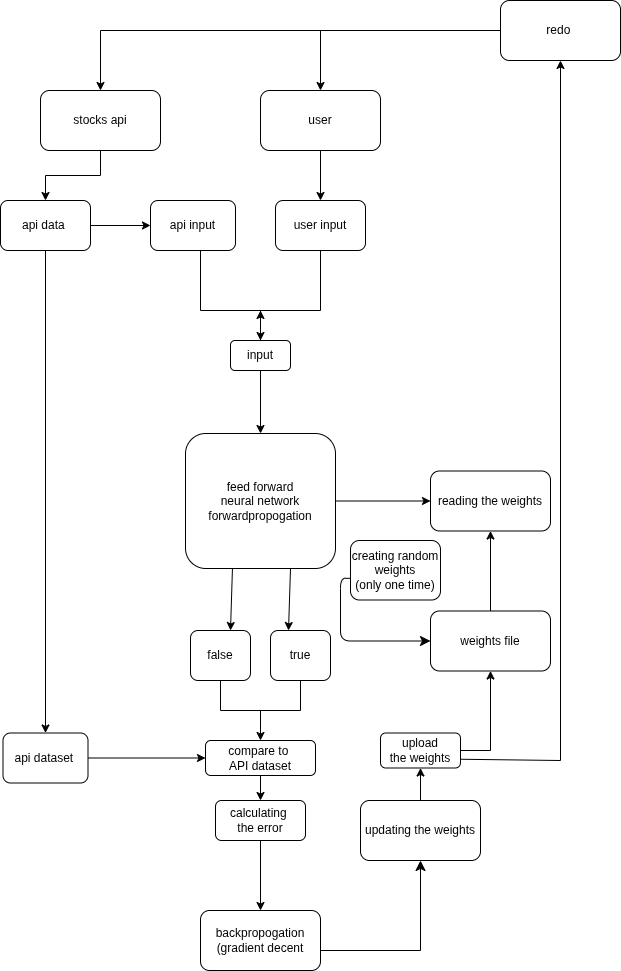
Before: docs/General Simplified Architecture.drawio.png, a diagram exported from draw.io (omershamir772/-stockPredictionML). Source tidied: cells renumbered, new cells last; positions are measured from the earlier drawing's top-left corner, leaving out a move shared by most shapes. Source of this version:
```xml
<mxGraphModel>
  <root>
    <mxCell id="0" />
    <mxCell id="1" parent="0" />
    <mxCell id="2" style="edgeStyle=orthogonalEdgeStyle;rounded=0;jettySize=auto;html=1;flowAnimation=0;" parent="1" edge="1" source="3" target="9">
      <mxGeometry relative="1" as="geometry" />
    </mxCell>
    <mxCell id="3" value="&lt;font&gt;stocks api&lt;/font&gt;" style="rounded=1;whiteSpace=wrap;html=1;" parent="1" vertex="1">
      <mxGeometry x="40" y="90" width="120" height="60" as="geometry" />
    </mxCell>
    <mxCell id="4" value="&lt;font&gt;user&lt;/font&gt;" style="rounded=1;whiteSpace=wrap;html=1;" parent="1" vertex="1">
      <mxGeometry x="260" y="90" width="120" height="60" as="geometry" />
    </mxCell>
    <mxCell id="5" style="endArrow=classic;html=1;rounded=0;exitX=0.5;exitY=1;exitDx=0;exitDy=0;flowAnimation=0;" parent="1" edge="1" source="4">
      <mxGeometry relative="1" as="geometry">
        <mxPoint x="320" y="200" as="targetPoint" />
      </mxGeometry>
    </mxCell>
    <mxCell id="6" value="user input" style="rounded=1;whiteSpace=wrap;html=1;" parent="1" vertex="1">
      <mxGeometry x="275" y="200" width="90" height="50" as="geometry" />
    </mxCell>
    <mxCell id="7" style="edgeStyle=orthogonalEdgeStyle;rounded=0;jettySize=auto;html=1;" parent="1" edge="1" source="9" target="10">
      <mxGeometry relative="1" as="geometry" />
    </mxCell>
    <mxCell id="8" style="edgeStyle=orthogonalEdgeStyle;rounded=0;jettySize=auto;html=1;" parent="1" edge="1" source="9" target="12">
      <mxGeometry relative="1" as="geometry" />
    </mxCell>
    <mxCell id="9" value="&lt;font&gt;api data&amp;nbsp;&lt;/font&gt;" style="rounded=1;whiteSpace=wrap;html=1;" parent="1" vertex="1">
      <mxGeometry y="200" width="90" height="50" as="geometry" />
    </mxCell>
    <mxCell id="10" value="api input" style="whiteSpace=wrap;html=1;rounded=1;" parent="1" vertex="1">
      <mxGeometry x="150" y="200" width="85" height="50" as="geometry" />
    </mxCell>
    <mxCell id="11" style="edgeStyle=orthogonalEdgeStyle;rounded=0;jettySize=auto;html=1;" parent="1" edge="1" source="12" target="29">
      <mxGeometry relative="1" as="geometry" />
    </mxCell>
    <mxCell id="12" value="api dataset&amp;nbsp;" style="whiteSpace=wrap;html=1;rounded=1;" parent="1" vertex="1">
      <mxGeometry x="2.5" y="732.5" width="85" height="50" as="geometry" />
    </mxCell>
    <mxCell id="13" style="edgeStyle=orthogonalEdgeStyle;rounded=0;jettySize=auto;html=1;" parent="1" edge="1" source="14" target="17">
      <mxGeometry relative="1" as="geometry" />
    </mxCell>
    <mxCell id="14" style="shape=partialRectangle;whiteSpace=wrap;html=1;bottom=1;right=1;left=1;top=0;fillColor=none;routingCenterX=-0.5;" parent="1" vertex="1">
      <mxGeometry x="200" y="250" width="120" height="60" as="geometry" />
    </mxCell>
    <mxCell id="15" style="edgeStyle=orthogonalEdgeStyle;rounded=0;jettySize=auto;html=1;" parent="1" edge="1" source="17" target="19">
      <mxGeometry relative="1" as="geometry" />
    </mxCell>
    <mxCell id="16" style="edgeStyle=orthogonalEdgeStyle;rounded=0;jettySize=auto;html=1;" parent="1" edge="1" source="17" target="14">
      <mxGeometry relative="1" as="geometry" />
    </mxCell>
    <mxCell id="17" value="input" style="rounded=1;whiteSpace=wrap;html=1;fillColor=none;" parent="1" vertex="1">
      <mxGeometry x="230" y="340" width="60" height="30" as="geometry" />
    </mxCell>
    <mxCell id="18" style="edgeStyle=orthogonalEdgeStyle;rounded=0;jettySize=auto;html=1;" parent="1" edge="1" source="19" target="33">
      <mxGeometry relative="1" as="geometry" />
    </mxCell>
    <mxCell id="19" value="&lt;div&gt;feed forward&lt;/div&gt;neural network&lt;div&gt;forwardpropogation&lt;/div&gt;" style="whiteSpace=wrap;html=1;fillColor=none;rounded=1;fontSize=12;" parent="1" vertex="1">
      <mxGeometry x="185" y="433" width="150" height="135" as="geometry" />
    </mxCell>
    <mxCell id="20" style="endArrow=classic;html=1;rounded=0;exitX=0.313;exitY=1;exitDx=0;exitDy=0;exitPerimeter=0;" parent="1" edge="1" source="19">
      <mxGeometry relative="1" as="geometry">
        <mxPoint x="230" y="630" as="targetPoint" />
      </mxGeometry>
    </mxCell>
    <mxCell id="21" style="endArrow=classic;html=1;rounded=0;exitX=0.313;exitY=1;exitDx=0;exitDy=0;exitPerimeter=0;" parent="1" edge="1">
      <mxGeometry relative="1" as="geometry">
        <mxPoint x="290" y="568" as="sourcePoint" />
        <mxPoint x="288" y="630" as="targetPoint" />
      </mxGeometry>
    </mxCell>
    <mxCell id="22" value="false" style="rounded=1;whiteSpace=wrap;html=1;" parent="1" vertex="1">
      <mxGeometry x="190" y="630" width="60" height="50" as="geometry" />
    </mxCell>
    <mxCell id="23" value="true" style="rounded=1;whiteSpace=wrap;html=1;" parent="1" vertex="1">
      <mxGeometry x="270" y="630" width="60" height="50" as="geometry" />
    </mxCell>
    <mxCell id="24" style="edgeStyle=orthogonalEdgeStyle;rounded=0;jettySize=auto;html=1;" parent="1" edge="1" source="25" target="29">
      <mxGeometry relative="1" as="geometry" />
    </mxCell>
    <mxCell id="25" style="shape=partialRectangle;whiteSpace=wrap;html=1;bottom=1;right=1;left=1;top=0;fillColor=none;routingCenterX=-0.5;" parent="1" vertex="1">
      <mxGeometry x="220" y="680" width="80" height="30" as="geometry" />
    </mxCell>
    <mxCell id="26" style="edgeStyle=orthogonalEdgeStyle;rounded=0;orthogonalLoop=1;jettySize=auto;html=1;exitX=0.5;exitY=1;exitDx=0;exitDy=0;" parent="1" edge="1" source="14" target="14">
      <mxGeometry relative="1" as="geometry" />
    </mxCell>
    <mxCell id="27" style="edgeStyle=orthogonalEdgeStyle;rounded=0;orthogonalLoop=1;jettySize=auto;html=1;exitX=0.5;exitY=1;exitDx=0;exitDy=0;" parent="1" edge="1" source="14" target="14">
      <mxGeometry relative="1" as="geometry" />
    </mxCell>
    <mxCell id="28" style="edgeStyle=orthogonalEdgeStyle;rounded=0;jettySize=auto;html=1;" parent="1" edge="1" source="29" target="31">
      <mxGeometry relative="1" as="geometry" />
    </mxCell>
    <mxCell id="29" value="compare to&amp;nbsp;&lt;div&gt;API dataset&lt;/div&gt;" style="rounded=1;whiteSpace=wrap;html=1;fillColor=none;" parent="1" vertex="1">
      <mxGeometry x="205" y="740" width="110" height="35" as="geometry" />
    </mxCell>
    <mxCell id="30" style="edgeStyle=orthogonalEdgeStyle;rounded=0;jettySize=auto;html=1;" parent="1" edge="1" source="31" target="32">
      <mxGeometry relative="1" as="geometry" />
    </mxCell>
    <mxCell id="31" value="calculating&amp;nbsp;&lt;div&gt;the error&lt;/div&gt;" style="rounded=1;whiteSpace=wrap;html=1;fillColor=none;" parent="1" vertex="1">
      <mxGeometry x="215" y="800" width="90" height="40" as="geometry" />
    </mxCell>
    <mxCell id="32" value="backpropogation&lt;div&gt;(gradient decent&lt;/div&gt;" style="whiteSpace=wrap;html=1;fillColor=none;rounded=1;" parent="1" vertex="1">
      <mxGeometry x="200" y="910" width="120" height="60" as="geometry" />
    </mxCell>
    <mxCell id="33" value="reading the weights" style="whiteSpace=wrap;html=1;fillColor=none;rounded=1;" parent="1" vertex="1">
      <mxGeometry x="430" y="470.5" width="120" height="60" as="geometry" />
    </mxCell>
    <mxCell id="34" value="weights file" style="whiteSpace=wrap;html=1;fillColor=none;rounded=1;" parent="1" vertex="1">
      <mxGeometry x="430" y="610.5" width="120" height="60" as="geometry" />
    </mxCell>
    <mxCell id="35" style="endArrow=classic;html=1;rounded=0;entryX=0.5;entryY=1;entryDx=0;entryDy=0;" parent="1" edge="1" source="34" target="33">
      <mxGeometry relative="1" as="geometry" />
    </mxCell>
    <mxCell id="36" value="creating random weights&lt;div&gt;(only one time)&lt;/div&gt;" style="rounded=1;whiteSpace=wrap;html=1;" parent="1" vertex="1">
      <mxGeometry x="350" y="540" width="90" height="59.5" as="geometry" />
    </mxCell>
    <mxCell id="37" style="edgeStyle=segmentEdgeStyle;endArrow=classic;html=1;curved=0;rounded=1;endSize=8;startSize=8;exitX=1.022;exitY=0.636;exitDx=0;exitDy=0;exitPerimeter=0;entryX=0;entryY=0.5;entryDx=0;entryDy=0;" parent="1" edge="1" target="34">
      <mxGeometry relative="1" as="geometry">
        <mxPoint x="350" y="577.8" as="sourcePoint" />
        <Array as="points">
          <mxPoint x="340" y="578" />
          <mxPoint x="340" y="641" />
        </Array>
      </mxGeometry>
    </mxCell>
    <mxCell id="38" style="edgeStyle=segmentEdgeStyle;endArrow=classic;html=1;curved=0;rounded=0;endSize=8;startSize=8;" parent="1" edge="1" target="40">
      <mxGeometry relative="1" as="geometry">
        <mxPoint x="320" y="950" as="sourcePoint" />
      </mxGeometry>
    </mxCell>
    <mxCell id="39" style="edgeStyle=orthogonalEdgeStyle;rounded=0;jettySize=auto;html=1;" parent="1" edge="1" source="40" target="42">
      <mxGeometry relative="1" as="geometry" />
    </mxCell>
    <mxCell id="40" value="updating the weights" style="rounded=1;whiteSpace=wrap;html=1;" parent="1" vertex="1">
      <mxGeometry x="360" y="800" width="120" height="60" as="geometry" />
    </mxCell>
    <mxCell id="41" style="edgeStyle=orthogonalEdgeStyle;rounded=0;jettySize=auto;html=1;exitX=1;exitY=0.5;exitDx=0;exitDy=0;entryX=0.5;entryY=1;entryDx=0;entryDy=0;" parent="1" edge="1" source="42" target="34">
      <mxGeometry relative="1" as="geometry" />
    </mxCell>
    <mxCell id="42" value="upload&lt;div&gt;the weights&lt;/div&gt;" style="whiteSpace=wrap;html=1;rounded=1;" parent="1" vertex="1">
      <mxGeometry x="380" y="732.5" width="80" height="35" as="geometry" />
    </mxCell>
    <mxCell id="43" style="endArrow=classic;html=1;rounded=0;exitX=1;exitY=0.75;exitDx=0;exitDy=0;entryX=0.5;entryY=1;entryDx=0;entryDy=0;" parent="1" edge="1" source="42" target="44">
      <mxGeometry relative="1" as="geometry">
        <Array as="points">
          <mxPoint x="560" y="760" />
        </Array>
      </mxGeometry>
    </mxCell>
    <mxCell id="44" value="redo&amp;nbsp;" style="rounded=1;whiteSpace=wrap;html=1;" parent="1" vertex="1">
      <mxGeometry x="500" width="120" height="60" as="geometry" />
    </mxCell>
    <mxCell id="45" style="endArrow=classic;html=1;rounded=0;exitX=0;exitY=0.5;exitDx=0;exitDy=0;entryX=0.5;entryY=0;entryDx=0;entryDy=0;" parent="1" edge="1" source="44" target="3">
      <mxGeometry relative="1" as="geometry">
        <Array as="points">
          <mxPoint x="100" y="30" />
        </Array>
      </mxGeometry>
    </mxCell>
    <mxCell id="46" style="endArrow=classic;html=1;rounded=0;entryX=0.5;entryY=0;entryDx=0;entryDy=0;" parent="1" edge="1" target="4">
      <mxGeometry relative="1" as="geometry">
        <mxPoint x="320" y="30" as="sourcePoint" />
      </mxGeometry>
    </mxCell>
  </root>
</mxGraphModel>
```
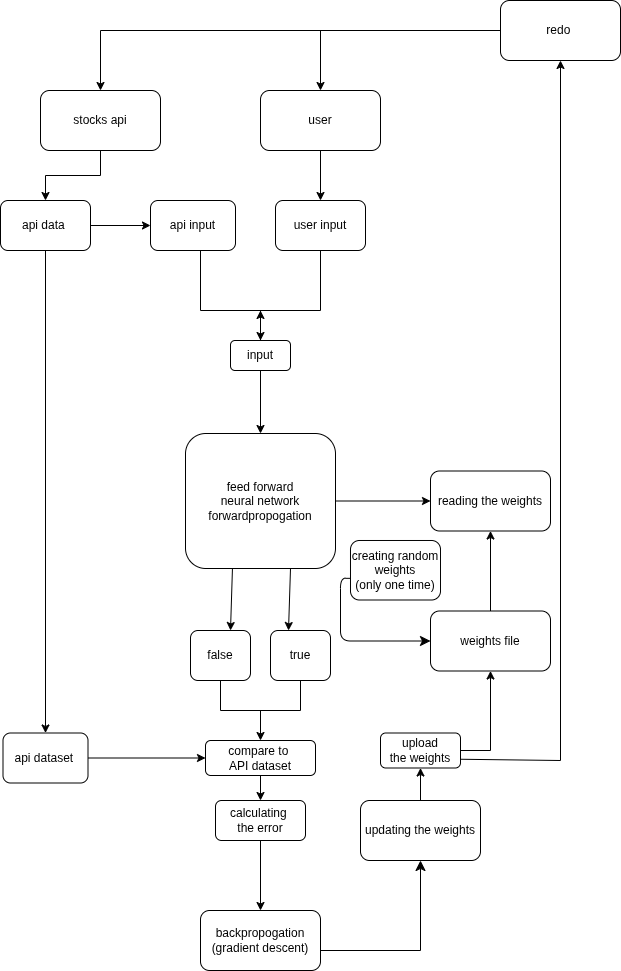
After the commit.

Change to the diagram source:
```diff
@@ -99,7 +99,7 @@
     <mxCell id="31" value="calculating&amp;nbsp;&lt;div&gt;the error&lt;/div&gt;" style="rounded=1;whiteSpace=wrap;html=1;fillColor=none;" parent="1" vertex="1">
       <mxGeometry x="215" y="800" width="90" height="40" as="geometry" />
     </mxCell>
-    <mxCell id="32" value="backpropogation&lt;div&gt;(gradient decent&lt;/div&gt;" style="whiteSpace=wrap;html=1;fillColor=none;rounded=1;" parent="1" vertex="1">
+    <mxCell id="32" value="backpropogation&lt;div&gt;(gradient descent)&lt;/div&gt;" style="whiteSpace=wrap;html=1;fillColor=none;rounded=1;" parent="1" vertex="1">
       <mxGeometry x="200" y="910" width="120" height="60" as="geometry" />
     </mxCell>
     <mxCell id="33" value="reading the weights" style="whiteSpace=wrap;html=1;fillColor=none;rounded=1;" parent="1" vertex="1">
```
